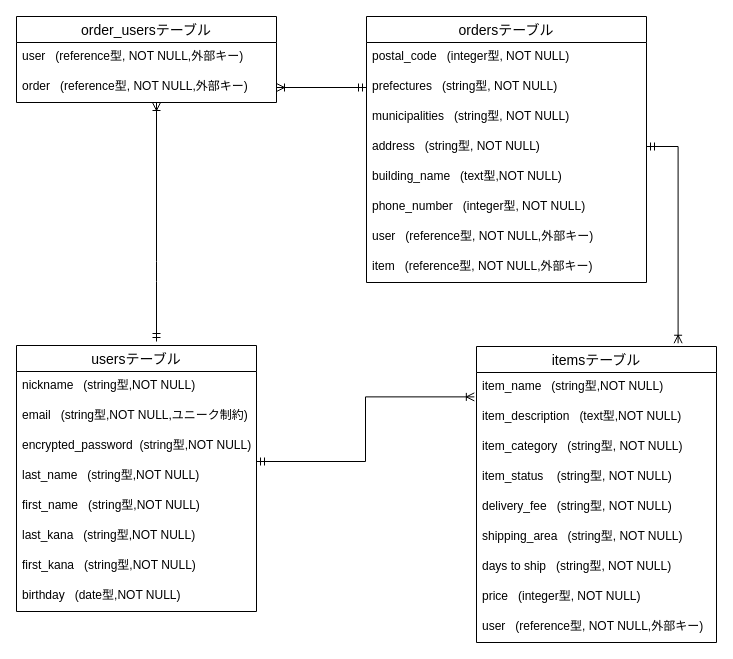
The draw.io diagram furima36474.dio in ryo1374/furima-36474, before the edit. Source tidied: cells renumbered, new cells numbered last; positions are measured from the earlier drawing's top-left corner, leaving out a move shared by most shapes. Both pictures are drawn from the tidied source at 100%, with x=0, y=0 at pixel (16, 16).
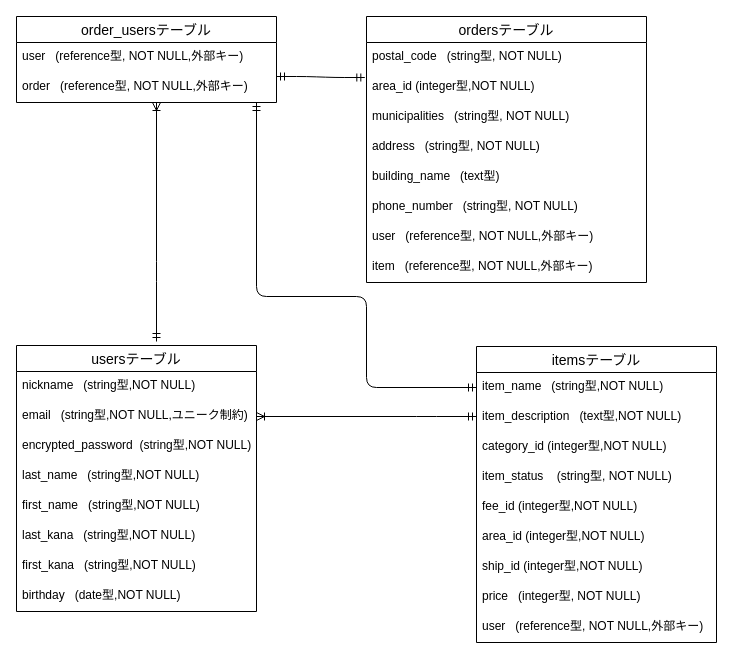
The same page after the edit.

The change refers to these unchanged cells:
```xml
<mxCell id="4" value="email   (string型,NOT NULL,ユニーク制約)" style="text;strokeColor=none;fillColor=none;spacingLeft=4;spacingRight=4;overflow=hidden;points=[[0,0.5],[1,0.5]];portConstraint=eastwest;fontSize=12;" parent="2" vertex="1">
  <mxGeometry y="56" width="240" height="30" as="geometry" />
</mxCell>
<mxCell id="11" value="itemsテーブル" style="swimlane;fontStyle=0;horizontal=1;startSize=26;align=center;fontSize=14;" parent="1" vertex="1">
  <mxGeometry x="460" y="330" width="240" height="296" as="geometry" />
</mxCell>
<mxCell id="12" value="item_name   (string型,NOT NULL)" style="text;strokeColor=none;fillColor=none;spacingLeft=4;spacingRight=4;overflow=hidden;points=[[0,0.5],[1,0.5]];portConstraint=eastwest;fontSize=12;" parent="11" vertex="1">
  <mxGeometry y="26" width="240" height="30" as="geometry" />
</mxCell>
<mxCell id="13" value="item_description   (text型,NOT NULL)" style="text;strokeColor=none;fillColor=none;spacingLeft=4;spacingRight=4;overflow=hidden;points=[[0,0.5],[1,0.5]];portConstraint=eastwest;fontSize=12;" parent="11" vertex="1">
  <mxGeometry y="56" width="240" height="30" as="geometry" />
</mxCell>
<mxCell id="21" value="ordersテーブル" style="swimlane;fontStyle=0;horizontal=1;startSize=26;align=center;fontSize=14;" parent="1" vertex="1">
  <mxGeometry x="350" width="280" height="266" as="geometry" />
</mxCell>
<mxCell id="33" value="order   (reference型, NOT NULL,外部キー)" style="text;strokeColor=none;fillColor=none;spacingLeft=4;spacingRight=4;overflow=hidden;points=[[0,0.5],[1,0.5]];portConstraint=eastwest;fontSize=12;" parent="31" vertex="1">
  <mxGeometry y="56" width="260" height="30" as="geometry" />
</mxCell>
```

What changed in the source:
```diff
@@
-    <mxCell id="14" value="item_category   (string型, NOT NULL)" style="text;strokeColor=none;fillColor=none;spacingLeft=4;spacingRight=4;overflow=hidden;fontSize=12;" parent="11" vertex="1">
+    <mxCell id="14" value="category_id   (integer型,NOT NULL)" style="text;strokeColor=none;fillColor=none;spacingLeft=4;spacingRight=4;overflow=hidden;fontSize=12;" parent="11" vertex="1">
       <mxGeometry y="86" width="240" height="30" as="geometry" />
     </mxCell>
@@
-    <mxCell id="16" value="delivery_fee   (string型, NOT NULL)" style="text;strokeColor=none;fillColor=none;spacingLeft=4;spacingRight=4;overflow=hidden;fontSize=12;" parent="11" vertex="1">
+    <mxCell id="16" value="fee_id   (integer型,NOT NULL)" style="text;strokeColor=none;fillColor=none;spacingLeft=4;spacingRight=4;overflow=hidden;fontSize=12;" parent="11" vertex="1">
       <mxGeometry y="146" width="240" height="30" as="geometry" />
     </mxCell>
-    <mxCell id="17" value="shipping_area   (string型, NOT NULL)" style="text;strokeColor=none;fillColor=none;spacingLeft=4;spacingRight=4;overflow=hidden;fontSize=12;" parent="11" vertex="1">
+    <mxCell id="17" value="area_id   (integer型,NOT NULL)" style="text;strokeColor=none;fillColor=none;spacingLeft=4;spacingRight=4;overflow=hidden;fontSize=12;" parent="11" vertex="1">
       <mxGeometry y="176" width="240" height="30" as="geometry" />
     </mxCell>
-    <mxCell id="18" value="days to ship   (string型, NOT NULL)" style="text;strokeColor=none;fillColor=none;spacingLeft=4;spacingRight=4;overflow=hidden;fontSize=12;" parent="11" vertex="1">
+    <mxCell id="18" value="ship_id   (integer型,NOT NULL)" style="text;strokeColor=none;fillColor=none;spacingLeft=4;spacingRight=4;overflow=hidden;fontSize=12;" parent="11" vertex="1">
       <mxGeometry y="206" width="240" height="30" as="geometry" />
     </mxCell>
@@
-    <mxCell id="22" value="postal_code   (integer型, NOT NULL)" style="text;strokeColor=none;fillColor=none;spacingLeft=4;spacingRight=4;overflow=hidden;fontSize=12;" parent="21" vertex="1">
+    <mxCell id="22" value="postal_code   (string型, NOT NULL)" style="text;strokeColor=none;fillColor=none;spacingLeft=4;spacingRight=4;overflow=hidden;fontSize=12;" parent="21" vertex="1">
       <mxGeometry y="26" width="280" height="30" as="geometry" />
     </mxCell>
-    <mxCell id="23" value="prefectures   (string型, NOT NULL)" style="text;strokeColor=none;fillColor=none;spacingLeft=4;spacingRight=4;overflow=hidden;points=[[0,0.5],[1,0.5]];portConstraint=eastwest;fontSize=12;" parent="21" vertex="1">
+    <mxCell id="23" value="area_id (integer型,NOT NULL)" style="text;strokeColor=none;fillColor=none;spacingLeft=4;spacingRight=4;overflow=hidden;points=[[0,0.5],[1,0.5]];portConstraint=eastwest;fontSize=12;" parent="21" vertex="1">
       <mxGeometry y="56" width="280" height="30" as="geometry" />
     </mxCell>
@@
-    <mxCell id="26" value="building_name   (text型,NOT NULL)" style="text;strokeColor=none;fillColor=none;spacingLeft=4;spacingRight=4;overflow=hidden;fontSize=12;" parent="21" vertex="1">
+    <mxCell id="26" value="building_name   (text型)" style="text;strokeColor=none;fillColor=none;spacingLeft=4;spacingRight=4;overflow=hidden;fontSize=12;" parent="21" vertex="1">
       <mxGeometry y="146" width="280" height="30" as="geometry" />
     </mxCell>
-    <mxCell id="27" value="phone_number   (integer型, NOT NULL)" style="text;strokeColor=none;fillColor=none;spacingLeft=4;spacingRight=4;overflow=hidden;fontSize=12;" parent="21" vertex="1">
+    <mxCell id="27" value="phone_number   (string型, NOT NULL)" style="text;strokeColor=none;fillColor=none;spacingLeft=4;spacingRight=4;overflow=hidden;fontSize=12;" parent="21" vertex="1">
       <mxGeometry y="176" width="280" height="30" as="geometry" />
     </mxCell>
@@
-    <mxCell id="30" style="edgeStyle=elbowEdgeStyle;fontSize=12;html=1;endArrow=ERoneToMany;startArrow=ERmandOne;rounded=0;entryX=-0.009;entryY=-0.187;entryDx=0;entryDy=0;entryPerimeter=0;" parent="1" edge="1" target="13">
-      <mxGeometry relative="1" as="geometry">
-        <mxPoint x="240" y="445" as="sourcePoint" />
-      </mxGeometry>
-    </mxCell>
@@
-    <mxCell id="35" style="edgeStyle=orthogonalEdgeStyle;fontSize=12;html=1;endArrow=ERoneToMany;startArrow=ERmandOne;entryX=1;entryY=0.5;entryDx=0;entryDy=0;exitX=0;exitY=0.5;exitDx=0;exitDy=0;" parent="1" edge="1" source="23" target="33">
-      <mxGeometry relative="1" as="geometry" />
-    </mxCell>
-    <mxCell id="36" style="edgeStyle=elbowEdgeStyle;fontSize=12;html=1;endArrow=ERoneToMany;startArrow=ERmandOne;elbow=vertical;entryX=0.84;entryY=-0.011;entryDx=0;entryDy=0;entryPerimeter=0;rounded=0;" parent="1" edge="1" target="11">
+    <mxCell id="36" style="edgeStyle=elbowEdgeStyle;fontSize=12;html=1;endArrow=ERoneToMany;startArrow=ERmandOne;entryX=1;entryY=0.5;entryDx=0;entryDy=0;" parent="1" edge="1" target="4">
       <mxGeometry relative="1" as="geometry">
-        <mxPoint x="630" y="130" as="sourcePoint" />
+        <mxPoint x="460" y="400" as="sourcePoint" />
         <Array as="points">
-          <mxPoint x="700" y="130" />
+          <mxPoint x="410" y="400" />
+          <mxPoint x="390" y="390" />
+          <mxPoint x="390" y="400" />
+          <mxPoint x="320" y="400" />
+          <mxPoint x="300" y="490" />
         </Array>
       </mxGeometry>
     </mxCell>
+    <mxCell id="37" style="edgeStyle=orthogonalEdgeStyle;fontSize=12;html=1;endArrow=ERmandOne;startArrow=ERmandOne;exitX=0;exitY=0.5;exitDx=0;exitDy=0;" parent="1" edge="1" source="12">
+      <mxGeometry relative="1" as="geometry">
+        <mxPoint x="240" y="86" as="targetPoint" />
+        <Array as="points">
+          <mxPoint x="350" y="371" />
+          <mxPoint x="350" y="280" />
+          <mxPoint x="240" y="280" />
+        </Array>
+      </mxGeometry>
+    </mxCell>
+    <mxCell id="38" style="edgeStyle=entityRelationEdgeStyle;fontSize=12;html=1;endArrow=ERmandOne;startArrow=ERmandOne;entryX=-0.006;entryY=0.167;entryDx=0;entryDy=0;entryPerimeter=0;" parent="1" edge="1" target="23">
+      <mxGeometry relative="1" as="geometry">
+        <mxPoint x="260" y="60" as="sourcePoint" />
+      </mxGeometry>
+    </mxCell>
```
